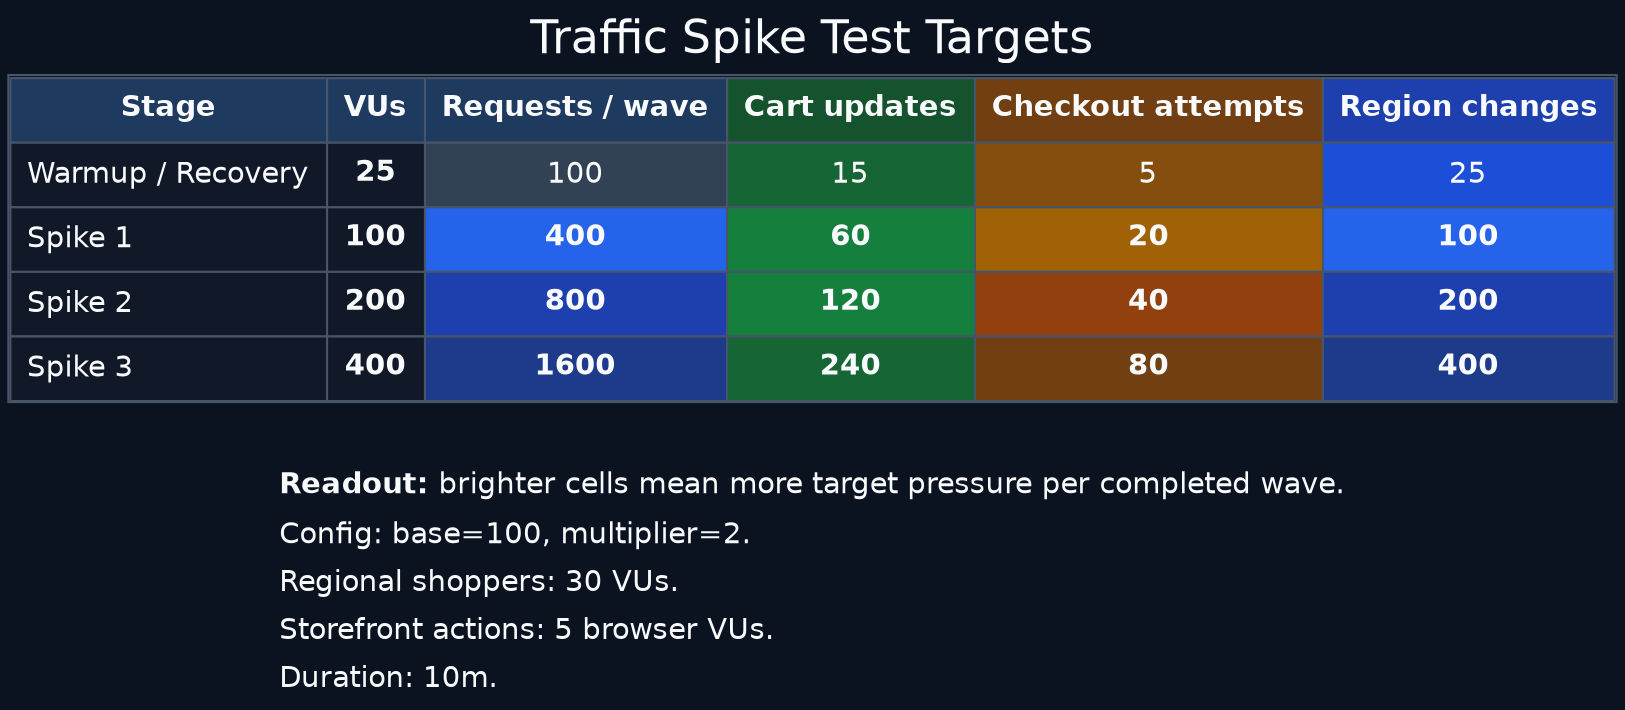
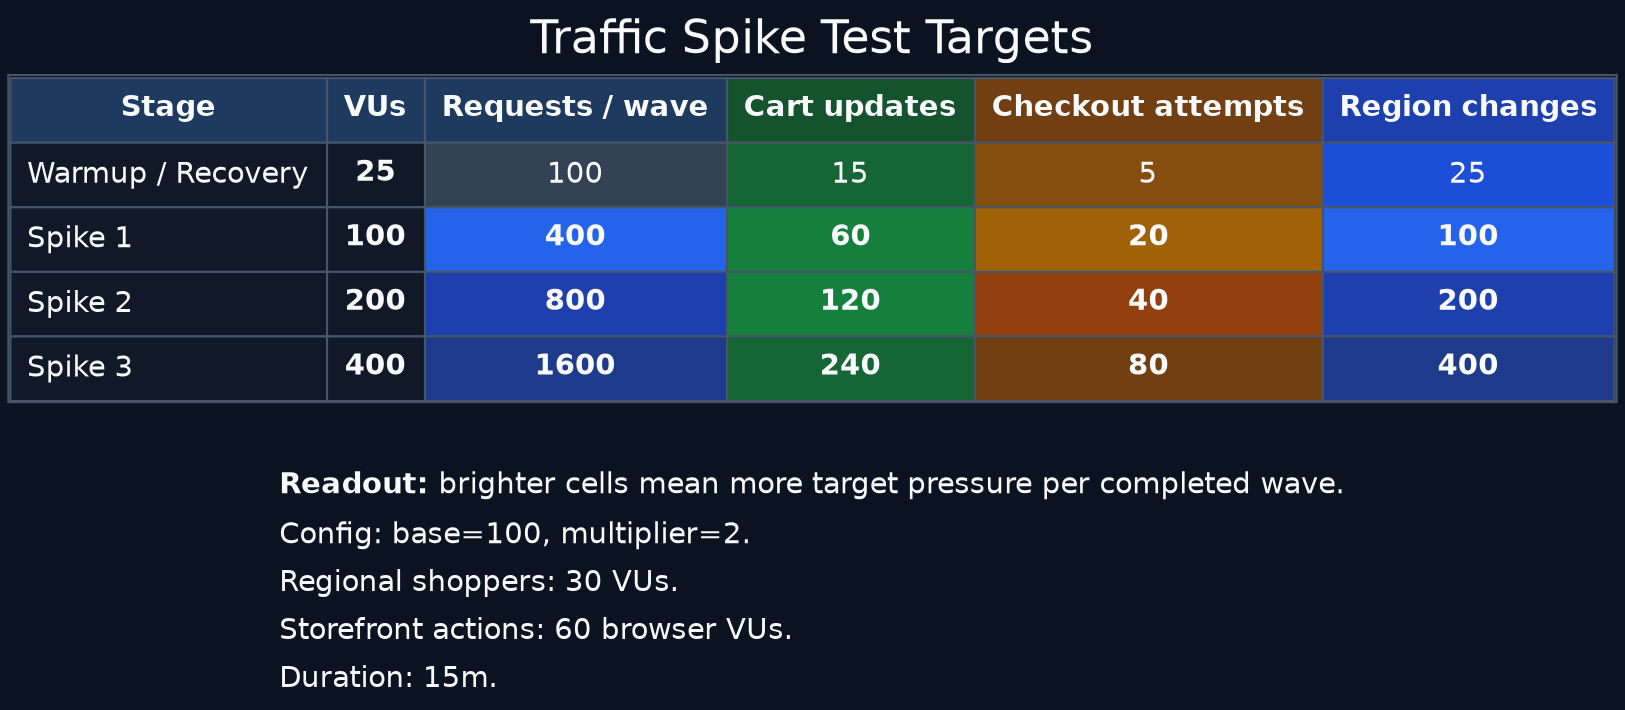
digraph traffic_spike_target_heatmap_dark {
  graph [rankdir=TB, labelloc=t, label="Traffic Spike Test Targets", bgcolor="#0b1220", fontcolor="#f8fafc", fontsize=22, fontname="Helvetica", nodesep=0.35, ranksep=0.4];
  node [shape=plain, fontname="Helvetica", fontcolor="#f8fafc"];
  edge [style=invis];

  target_heatmap [label=<
    <TABLE BORDER="1" CELLBORDER="1" CELLSPACING="0" CELLPADDING="7" COLOR="#475569">
      <TR><TD BGCOLOR="#1e3a5f"><FONT COLOR="#f8fafc"><B>Stage</B></FONT></TD><TD BGCOLOR="#1e3a5f"><FONT COLOR="#f8fafc"><B>VUs</B></FONT></TD><TD BGCOLOR="#1e3a5f"><FONT COLOR="#f8fafc"><B>Requests / wave</B></FONT></TD><TD BGCOLOR="#14532d"><FONT COLOR="#f8fafc"><B>Cart updates</B></FONT></TD><TD BGCOLOR="#713f12"><FONT COLOR="#f8fafc"><B>Checkout attempts</B></FONT></TD><TD BGCOLOR="#1e40af"><FONT COLOR="#f8fafc"><B>Region changes</B></FONT></TD></TR>
      <TR><TD ALIGN="LEFT" BGCOLOR="#111827"><FONT COLOR="#f8fafc">Warmup / Recovery</FONT></TD><TD BGCOLOR="#111827"><FONT COLOR="#f8fafc"><B>25</B></FONT></TD><TD BGCOLOR="#334155"><FONT COLOR="#f8fafc">100</FONT></TD><TD BGCOLOR="#166534"><FONT COLOR="#f8fafc">15</FONT></TD><TD BGCOLOR="#854d0e"><FONT COLOR="#f8fafc">5</FONT></TD><TD BGCOLOR="#1d4ed8"><FONT COLOR="#f8fafc">25</FONT></TD></TR>
      <TR><TD ALIGN="LEFT" BGCOLOR="#111827"><FONT COLOR="#f8fafc">Spike 1</FONT></TD><TD BGCOLOR="#111827"><FONT COLOR="#f8fafc"><B>100</B></FONT></TD><TD BGCOLOR="#2563eb"><FONT COLOR="#f8fafc"><B>400</B></FONT></TD><TD BGCOLOR="#15803d"><FONT COLOR="#f8fafc"><B>60</B></FONT></TD><TD BGCOLOR="#a16207"><FONT COLOR="#f8fafc"><B>20</B></FONT></TD><TD BGCOLOR="#2563eb"><FONT COLOR="#f8fafc"><B>100</B></FONT></TD></TR>
      <TR><TD ALIGN="LEFT" BGCOLOR="#111827"><FONT COLOR="#f8fafc">Spike 2</FONT></TD><TD BGCOLOR="#111827"><FONT COLOR="#f8fafc"><B>200</B></FONT></TD><TD BGCOLOR="#1e40af"><FONT COLOR="#f8fafc"><B>800</B></FONT></TD><TD BGCOLOR="#15803d"><FONT COLOR="#f8fafc"><B>120</B></FONT></TD><TD BGCOLOR="#92400e"><FONT COLOR="#f8fafc"><B>40</B></FONT></TD><TD BGCOLOR="#1e40af"><FONT COLOR="#f8fafc"><B>200</B></FONT></TD></TR>
      <TR><TD ALIGN="LEFT" BGCOLOR="#111827"><FONT COLOR="#f8fafc">Spike 3</FONT></TD><TD BGCOLOR="#111827"><FONT COLOR="#f8fafc"><B>400</B></FONT></TD><TD BGCOLOR="#1e3a8a"><FONT COLOR="#f8fafc"><B>1600</B></FONT></TD><TD BGCOLOR="#166534"><FONT COLOR="#f8fafc"><B>240</B></FONT></TD><TD BGCOLOR="#713f12"><FONT COLOR="#f8fafc"><B>80</B></FONT></TD><TD BGCOLOR="#1e3a8a"><FONT COLOR="#f8fafc"><B>400</B></FONT></TD></TR>
    </TABLE>
  >];

  target_note [label=<
    <TABLE BORDER="0" CELLBORDER="0" CELLSPACING="0" CELLPADDING="4">
      <TR><TD ALIGN="LEFT"><FONT COLOR="#f8fafc"><B>Readout:</B> brighter cells mean more target pressure per completed wave.</FONT></TD></TR>
      <TR><TD ALIGN="LEFT"><FONT COLOR="#f8fafc">Config: base=100, multiplier=2.</FONT></TD></TR>
      <TR><TD ALIGN="LEFT"><FONT COLOR="#f8fafc">Regional shoppers: 30 VUs.</FONT></TD></TR>
-       <TR><TD ALIGN="LEFT"><FONT COLOR="#f8fafc">Storefront actions: 5 browser VUs.</FONT></TD></TR>
-       <TR><TD ALIGN="LEFT"><FONT COLOR="#f8fafc">Duration: 10m.</FONT></TD></TR>
+       <TR><TD ALIGN="LEFT"><FONT COLOR="#f8fafc">Storefront actions: 60 browser VUs.</FONT></TD></TR>
+       <TR><TD ALIGN="LEFT"><FONT COLOR="#f8fafc">Duration: 15m.</FONT></TD></TR>
    </TABLE>
  >];

  target_heatmap -> target_note;
}
